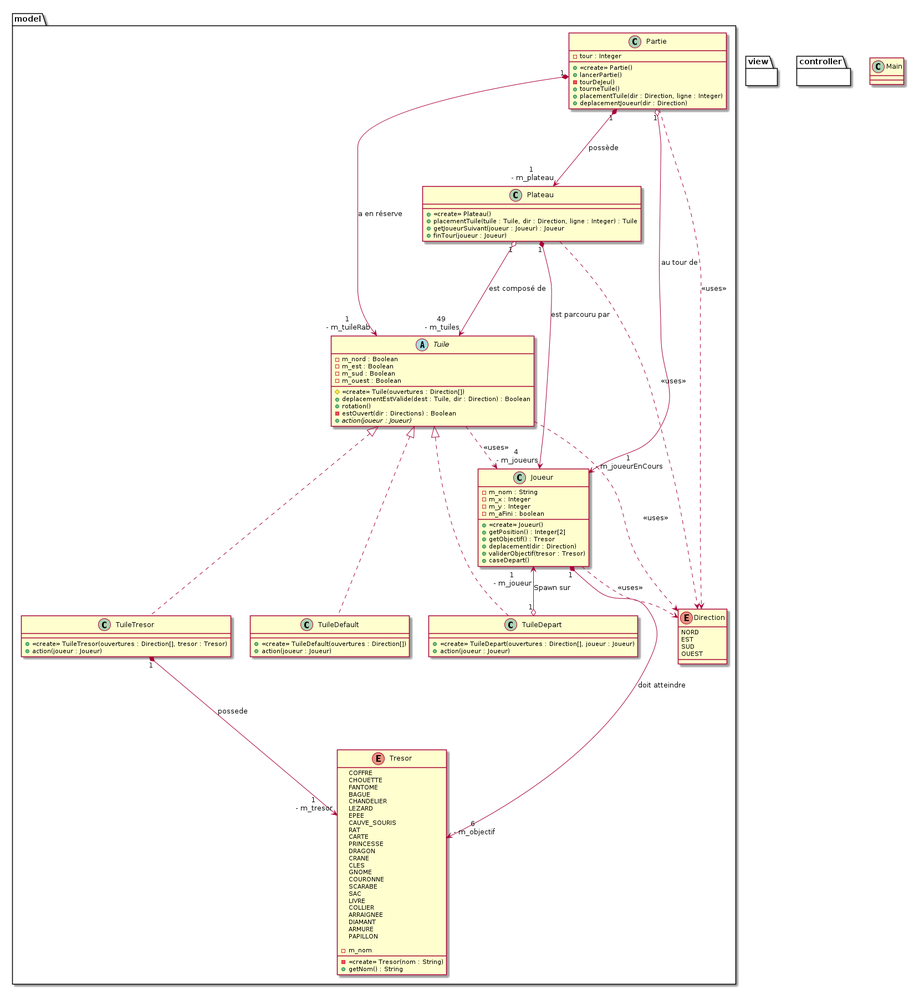
Before: labyrinthe.png, a diagram exported from PlantUML (Anybody368/Labyrinthe-Java). Its source is kept beside it as labyrinthe.puml.
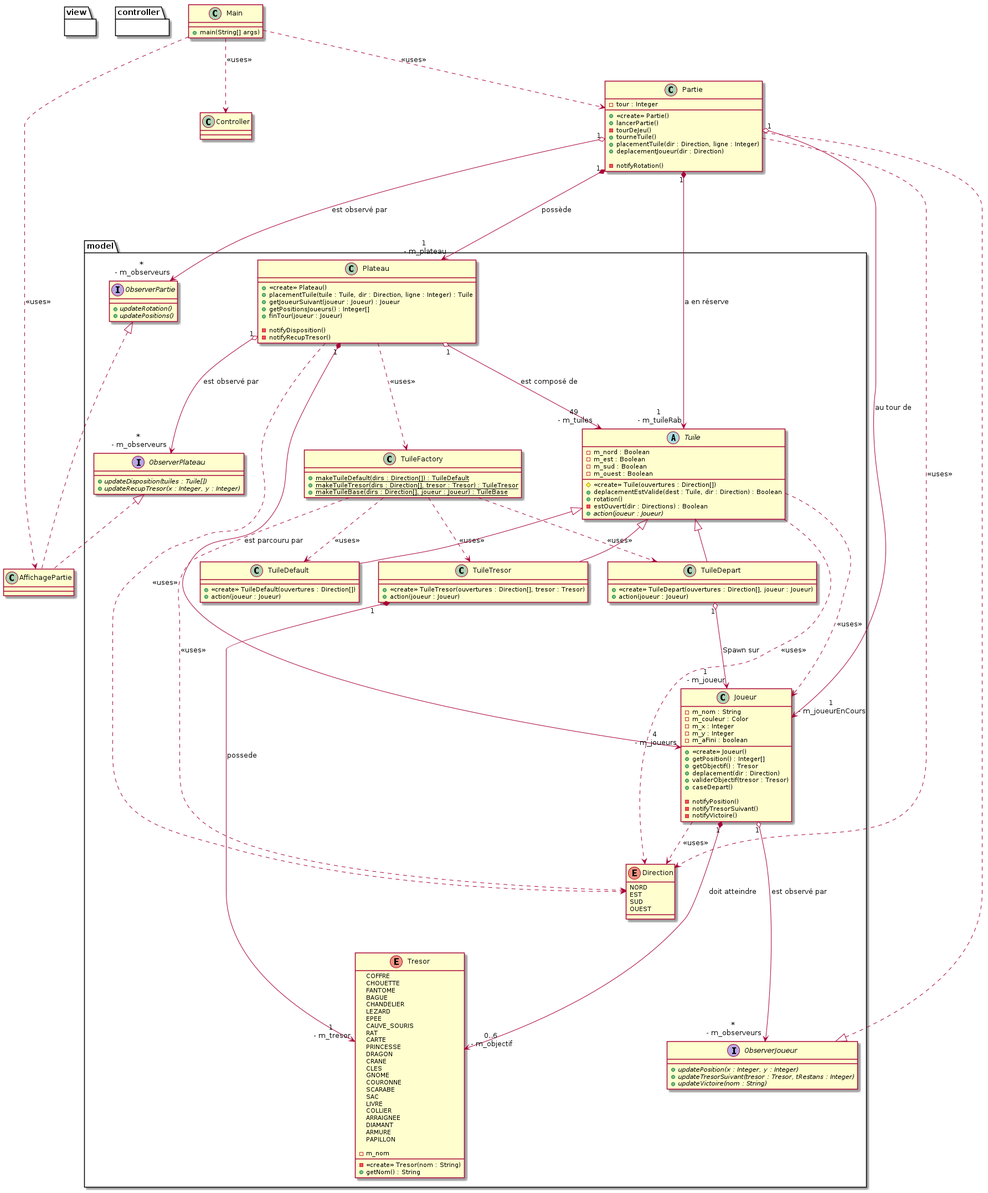
The same diagram one commit later.

Commit message:
UML globalement fini pour modèle

Change to the diagram source:
```diff
@@ -1,10 +1,16 @@
 @startuml
 
 class Main
+{
+    + main(String[] args)
+}
+Main ..> Partie : <<uses>>
+Main ..> Controller : <<uses>>
+Main ..> AffichagePartie : <<uses>>
 
 package model
 {
-    class Partie
+    class Partie implements ObserverJoueur
     {
         - tour : Integer
 
@@ -24,12 +30,14 @@
         + <<create>> Plateau()
         + placementTuile(tuile : Tuile, dir : Direction, ligne : Integer) : Tuile
         + getJoueurSuivant(joueur : Joueur) : Joueur
+        + getPositionsJoueurs() : Integer[]
         + finTour(joueur : Joueur)
 
         - notifyDisposition()
         - notifyRecupTresor()
     }
     Plateau ..> Direction : <<uses>>
+    Plateau ..> TuileFactory : <<uses>>
 
     enum Direction
     {
@@ -66,19 +74,19 @@
     Tuile ..> Direction : <<uses>>
     Tuile ..> Joueur : <<uses>>
 
-    class TuileDefault
+    class TuileDefault extends Tuile
     {
         + <<create>> TuileDefault(ouvertures : Direction[])
         + action(joueur : Joueur)
     }
 
-    class TuileDepart
+    class TuileDepart extends Tuile
     {
         + <<create>> TuileDepart(ouvertures : Direction[], joueur : Joueur)
         + action(joueur : Joueur)
     }
 
-    class TuileTresor
+    class TuileTresor extends Tuile
     {
         + <<create>> TuileTresor(ouvertures : Direction[], tresor : Tresor)
         + action(joueur : Joueur)
@@ -153,22 +161,25 @@
     interface ObserverPartie
     {
         + {abstract} updateRotation()
+        + {abstract} updatePositions()
     }
 }
 
 package view
 {
+    class AffichagePartie implements ObserverPartie, ObserverPlateau
+    {
 
+    }
 }
 
 package controller
 {
+    class Controller
+    {
 
+    }
 }
-
-TuileDefault .u..|> Tuile
-TuileTresor .u..|> Tuile
-TuileDepart .u..|> Tuile
 
 Partie "1" *---> "1\n - m_plateau" Plateau : possède
 Partie "1" *---> "1\n - m_tuileRab" Tuile : a en réserve
@@ -182,7 +193,7 @@
 TuileTresor "1" *---> "1\n - m_tresor" Tresor : possede
 TuileDepart "1" o---> "1\n - m_joueur" Joueur : Spawn sur
 
-Joueur "1" *---> "6\n - m_objectif" Tresor : doit atteindre
+Joueur "1" *---> "0..6\n - m_objectif" Tresor : doit atteindre
 Joueur "1" o---> "*\n - m_observeurs" ObserverJoueur : est observé par
 
 @enduml
```
